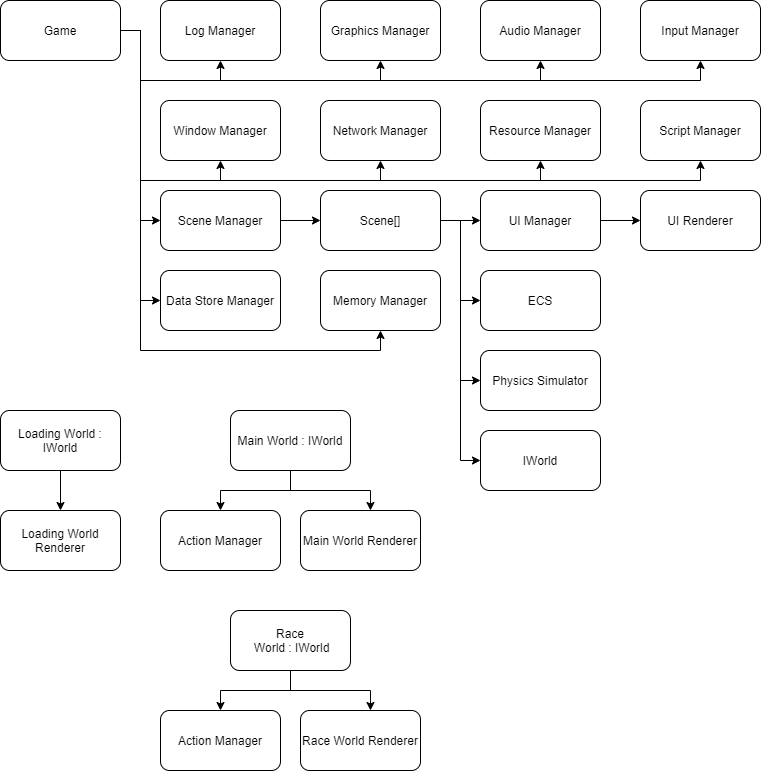
Before: documentation/technical_architecture/images/server_class_structure_overview.drawio.png, a diagram exported from draw.io (snowmeltarcade/projectbirdracing). Source tidied: cells renumbered, new cells last; positions are measured from the earlier drawing's top-left corner, leaving out a move shared by most shapes.
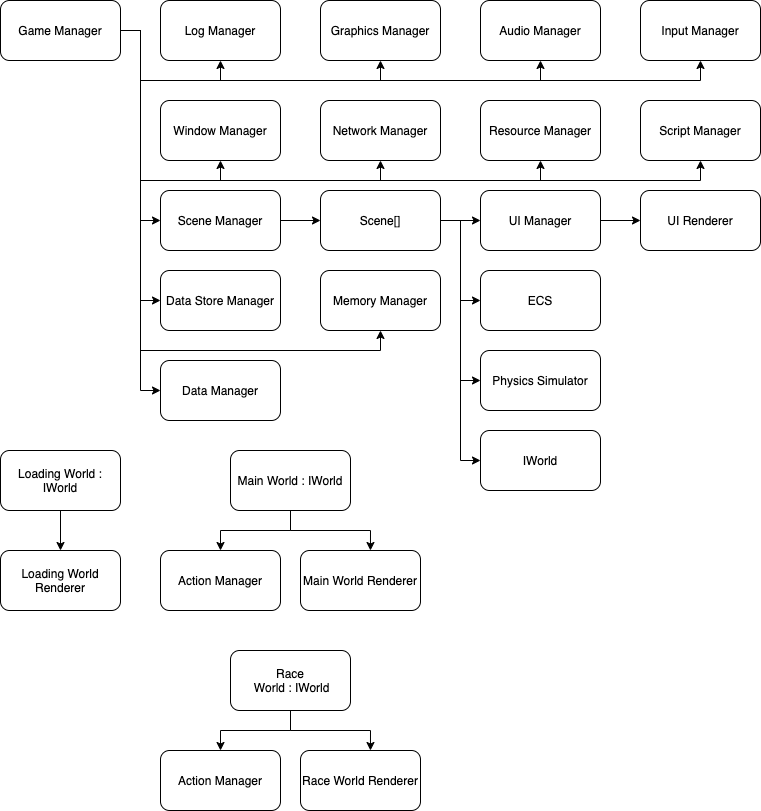
Later version of the same file.

The edit, as a diff of the source:
```diff
@@ -77,7 +77,7 @@
         </Array>
       </mxGeometry>
     </mxCell>
-    <mxCell id="13" value="Game" style="rounded=1;whiteSpace=wrap;html=1;" parent="1" vertex="1">
+    <mxCell id="13" value="Game Manager" style="rounded=1;whiteSpace=wrap;html=1;" parent="1" vertex="1">
       <mxGeometry width="120" height="60" as="geometry" />
     </mxCell>
     <mxCell id="14" value="Log Manager" style="rounded=1;whiteSpace=wrap;html=1;" parent="1" vertex="1">
@@ -99,7 +99,7 @@
       <mxGeometry relative="1" as="geometry" />
     </mxCell>
     <mxCell id="20" value="Loading World : IWorld" style="rounded=1;whiteSpace=wrap;html=1;" parent="1" vertex="1">
-      <mxGeometry y="410" width="120" height="60" as="geometry" />
+      <mxGeometry y="450" width="120" height="60" as="geometry" />
     </mxCell>
     <mxCell id="21" value="ECS" style="rounded=1;whiteSpace=wrap;html=1;" parent="1" vertex="1">
       <mxGeometry x="480" y="270" width="120" height="60" as="geometry" />
@@ -117,10 +117,10 @@
       <mxGeometry x="320" y="100" width="120" height="60" as="geometry" />
     </mxCell>
     <mxCell id="26" value="Action Manager" style="rounded=1;whiteSpace=wrap;html=1;" parent="1" vertex="1">
-      <mxGeometry x="160" y="510" width="120" height="60" as="geometry" />
+      <mxGeometry x="160" y="550" width="120" height="60" as="geometry" />
     </mxCell>
     <mxCell id="27" value="Loading World Renderer" style="rounded=1;whiteSpace=wrap;html=1;" parent="1" vertex="1">
-      <mxGeometry y="510" width="120" height="60" as="geometry" />
+      <mxGeometry y="550" width="120" height="60" as="geometry" />
     </mxCell>
     <mxCell id="28" style="edgeStyle=orthogonalEdgeStyle;rounded=0;jettySize=auto;html=1;" parent="1" edge="1" source="29" target="34">
       <mxGeometry relative="1" as="geometry" />
@@ -156,13 +156,13 @@
       <mxGeometry relative="1" as="geometry" />
     </mxCell>
     <mxCell id="39" value="Main World : IWorld" style="rounded=1;whiteSpace=wrap;html=1;" parent="1" vertex="1">
-      <mxGeometry x="230" y="410" width="120" height="60" as="geometry" />
+      <mxGeometry x="230" y="450" width="120" height="60" as="geometry" />
     </mxCell>
     <mxCell id="40" value="Main World Renderer" style="rounded=1;whiteSpace=wrap;html=1;" parent="1" vertex="1">
-      <mxGeometry x="300" y="510" width="120" height="60" as="geometry" />
+      <mxGeometry x="300" y="550" width="120" height="60" as="geometry" />
     </mxCell>
     <mxCell id="41" value="Action Manager" style="rounded=1;whiteSpace=wrap;html=1;" parent="1" vertex="1">
-      <mxGeometry x="160" y="710" width="120" height="60" as="geometry" />
+      <mxGeometry x="160" y="750" width="120" height="60" as="geometry" />
     </mxCell>
     <mxCell id="42" style="edgeStyle=orthogonalEdgeStyle;rounded=0;jettySize=auto;html=1;exitX=0.5;exitY=1;exitDx=0;exitDy=0;entryX=0.5;entryY=0;entryDx=0;entryDy=0;" parent="1" edge="1" source="44" target="41">
       <mxGeometry relative="1" as="geometry" />
@@ -171,10 +171,10 @@
       <mxGeometry relative="1" as="geometry" />
     </mxCell>
     <mxCell id="44" value="Race&lt;br&gt;&amp;nbsp;World : IWorld" style="rounded=1;whiteSpace=wrap;html=1;" parent="1" vertex="1">
-      <mxGeometry x="230" y="610" width="120" height="60" as="geometry" />
+      <mxGeometry x="230" y="650" width="120" height="60" as="geometry" />
     </mxCell>
     <mxCell id="45" value="Race World Renderer" style="rounded=1;whiteSpace=wrap;html=1;" parent="1" vertex="1">
-      <mxGeometry x="300" y="710" width="120" height="60" as="geometry" />
+      <mxGeometry x="300" y="750" width="120" height="60" as="geometry" />
     </mxCell>
     <mxCell id="46" value="Resource Manager" style="rounded=1;whiteSpace=wrap;html=1;" parent="1" vertex="1">
       <mxGeometry x="480" y="100" width="120" height="60" as="geometry" />
@@ -188,5 +188,16 @@
     <mxCell id="49" value="Memory Manager" style="rounded=1;whiteSpace=wrap;html=1;" parent="1" vertex="1">
       <mxGeometry x="320" y="270" width="120" height="60" as="geometry" />
     </mxCell>
+    <mxCell id="50" value="Data Manager" style="rounded=1;whiteSpace=wrap;html=1;" parent="1" vertex="1">
+      <mxGeometry x="160" y="360" width="120" height="60" as="geometry" />
+    </mxCell>
+    <mxCell id="51" style="edgeStyle=orthogonalEdgeStyle;rounded=0;jettySize=auto;html=1;exitX=1;exitY=0.5;exitDx=0;exitDy=0;entryX=0;entryY=0.5;entryDx=0;entryDy=0;" parent="1" edge="1" source="13" target="50">
+      <mxGeometry relative="1" as="geometry">
+        <Array as="points">
+          <mxPoint x="140" y="30" />
+          <mxPoint x="140" y="390" />
+        </Array>
+      </mxGeometry>
+    </mxCell>
   </root>
 </mxGraphModel>
```
